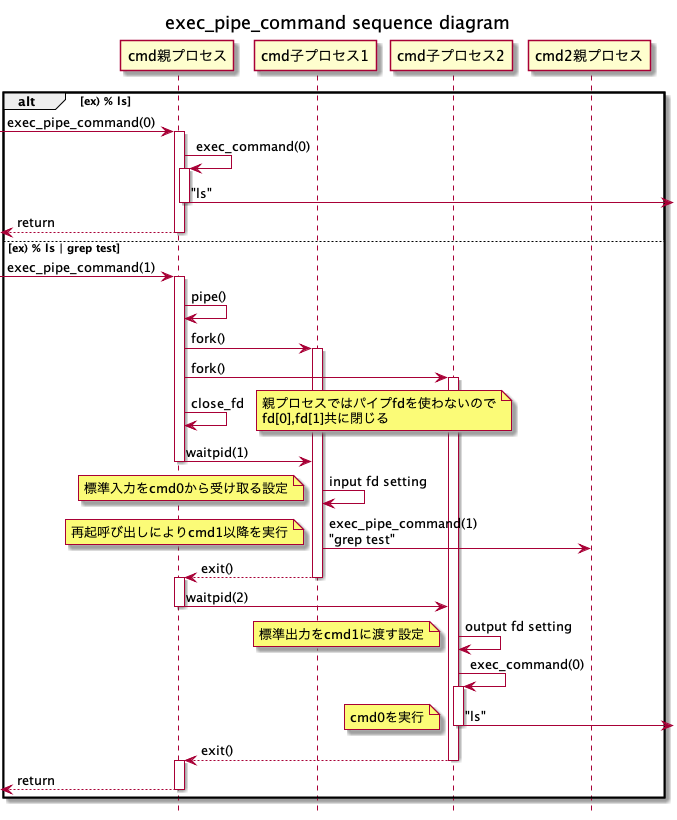
The PlantUML diagram design/out/exec_pipe_command sequence diagram.png in Toshiki-Nakamura/minishell, before a commit. The source it was exported from:
```plantuml
@startuml
title exec_pipe_command sequence diagram
hide footbox

participant "cmd親プロセス" as Parent1
participant "cmd子プロセス1" as Child1
participant "cmd子プロセス2" as Child2
participant "cmd2親プロセス" as Parent2

alt ex) % ls
	[->Parent1 : exec_pipe_command(0)
	activate Parent1
	Parent1 -> Parent1 : exec_command(0)
	activate Parent1
	Parent1->] : "ls"
	deactivate Parent1
	[<--Parent1 : return
	deactivate Parent1
else ex) % ls | grep test
	[->Parent1 : exec_pipe_command(1)
	activate Parent1
	Parent1->Parent1 : pipe()
	Parent1->Child1 : fork()
	activate Child1
	Parent1->Child2 : fork()
	activate Child2
	Parent1->Parent1 : close_fd
	note right: 親プロセスではパイプfdを使わないので\nfd[0],fd[1]共に閉じる
	Parent1->Child1 : waitpid(1)
	deactivate Parent1
	Child1->Child1 : input fd setting
	note left: 標準入力をcmd0から受け取る設定
	Child1->Parent2 : exec_pipe_command(1)\n"grep test"
	note left: 再起呼び出しによりcmd1以降を実行
	Parent1<--Child1 : exit()
	deactivate Child1
	activate Parent1
	Parent1->Child2 : waitpid(2)
	deactivate Parent1
	Child2->Child2 : output fd setting
	note left: 標準出力をcmd1に渡す設定
	Child2->Child2 : exec_command(0)
	activate Child2
	Child2->] : "ls"
	deactivate Child2
	note left: cmd0を実行
	Parent1<--Child2 : exit()
	deactivate Child2
	activate Parent1
	[<--Parent1 : return
	deactivate Parent1
end


@enduml
```
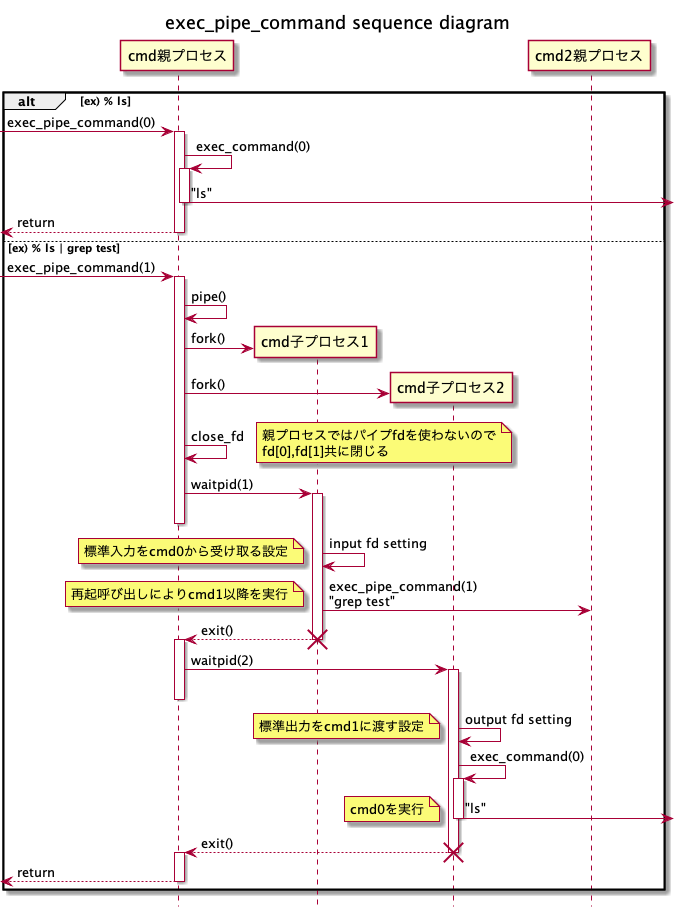
Later version of the same file.

Commit message:
fix sequence diagrams

The edit, as a diff of the source:
```diff
@@ -20,13 +20,14 @@
 	[->Parent1 : exec_pipe_command(1)
 	activate Parent1
 	Parent1->Parent1 : pipe()
+	create Child1
 	Parent1->Child1 : fork()
-	activate Child1
+	create Child2
 	Parent1->Child2 : fork()
-	activate Child2
 	Parent1->Parent1 : close_fd
 	note right: 親プロセスではパイプfdを使わないので\nfd[0],fd[1]共に閉じる
 	Parent1->Child1 : waitpid(1)
+	activate Child1
 	deactivate Parent1
 	Child1->Child1 : input fd setting
 	note left: 標準入力をcmd0から受け取る設定
@@ -34,8 +35,10 @@
 	note left: 再起呼び出しによりcmd1以降を実行
 	Parent1<--Child1 : exit()
 	deactivate Child1
+	destroy Child1
 	activate Parent1
 	Parent1->Child2 : waitpid(2)
+	activate Child2
 	deactivate Parent1
 	Child2->Child2 : output fd setting
 	note left: 標準出力をcmd1に渡す設定
@@ -46,6 +49,7 @@
 	note left: cmd0を実行
 	Parent1<--Child2 : exit()
 	deactivate Child2
+	destroy Child2
 	activate Parent1
 	[<--Parent1 : return
 	deactivate Parent1
```
